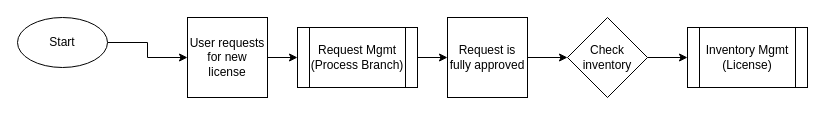
kunal-s/hello-world keeps this draw.io diagram as MDM.drawio. Above is the earlier version. Source tidied: cells renumbered, new cells numbered last; positions are measured from the earlier drawing's top-left corner, leaving out a move shared by most shapes. Both pictures are drawn from the tidied source at 100%, with x=0, y=0 at pixel (17, 17).
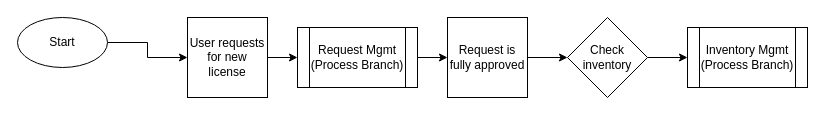
The same page after the edit.

Diff of the diagram source:
```diff
@@
 <mxGraphModel>
   <root>
     <mxCell id="0" />
     <mxCell id="1" parent="0" />
     <mxCell id="2" style="edgeStyle=orthogonalEdgeStyle;rounded=0;jettySize=auto;html=1;" parent="1" edge="1" source="3" target="7">
       <mxGeometry relative="1" as="geometry" />
     </mxCell>
     <mxCell id="3" value="User requests for new license" style="whiteSpace=wrap;html=1;" parent="1" vertex="1">
       <mxGeometry x="170" width="80" height="80" as="geometry" />
     </mxCell>
     <mxCell id="4" style="edgeStyle=orthogonalEdgeStyle;rounded=0;jettySize=auto;html=1;" parent="1" edge="1" source="5" target="3">
       <mxGeometry relative="1" as="geometry" />
     </mxCell>
     <mxCell id="5" value="Start" style="ellipse;whiteSpace=wrap;html=1;" parent="1" vertex="1">
       <mxGeometry width="90" height="50" as="geometry" />
     </mxCell>
     <mxCell id="6" style="edgeStyle=orthogonalEdgeStyle;rounded=0;jettySize=auto;html=1;" parent="1" edge="1" source="7" target="9">
       <mxGeometry relative="1" as="geometry" />
     </mxCell>
     <mxCell id="7" value="Request Mgmt&lt;br&gt;(Process Branch)" style="shape=process;whiteSpace=wrap;html=1;backgroundOutline=1;" parent="1" vertex="1">
       <mxGeometry x="280" y="10" width="120" height="60" as="geometry" />
     </mxCell>
     <mxCell id="8" style="edgeStyle=orthogonalEdgeStyle;rounded=0;jettySize=auto;html=1;" parent="1" edge="1" source="9" target="11">
       <mxGeometry relative="1" as="geometry" />
     </mxCell>
     <mxCell id="9" value="Request is fully approved" style="whiteSpace=wrap;html=1;" parent="1" vertex="1">
       <mxGeometry x="430" width="80" height="80" as="geometry" />
     </mxCell>
     <mxCell id="10" style="edgeStyle=orthogonalEdgeStyle;rounded=0;jettySize=auto;html=1;" parent="1" edge="1" source="11" target="12">
       <mxGeometry relative="1" as="geometry" />
     </mxCell>
     <mxCell id="11" value="Check inventory" style="rhombus;whiteSpace=wrap;html=1;" parent="1" vertex="1">
       <mxGeometry x="550" width="80" height="80" as="geometry" />
     </mxCell>
-    <mxCell id="12" value="Inventory Mgmt&lt;br&gt;(License)" style="shape=process;whiteSpace=wrap;html=1;backgroundOutline=1;" parent="1" vertex="1">
+    <mxCell id="12" value="Inventory Mgmt&lt;br&gt;(Process Branch)" style="shape=process;whiteSpace=wrap;html=1;backgroundOutline=1;" parent="1" vertex="1">
       <mxGeometry x="670" y="10" width="120" height="60" as="geometry" />
     </mxCell>
   </root>
 </mxGraphModel>
```
